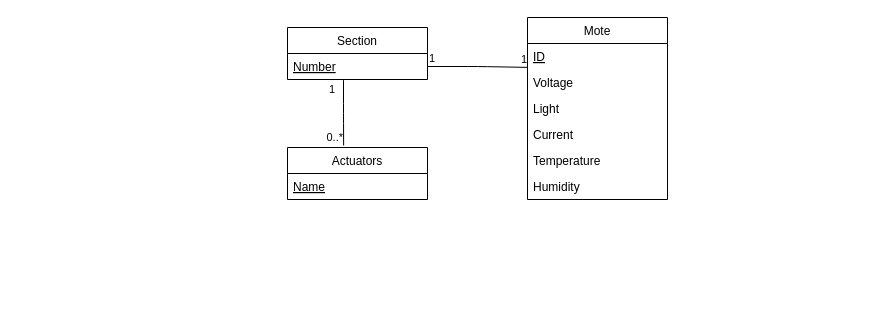
Earlier version of the draw.io diagram squematics/DB.drawio (Automation-yatata/Industry4.0-PizzaPlace). Source tidied: cells renumbered, new cells numbered last; positions are measured from the earlier drawing's top-left corner, leaving out a move shared by most shapes. Both pictures are drawn from the tidied source at 100%, with x=0, y=0 at pixel (287, 17).
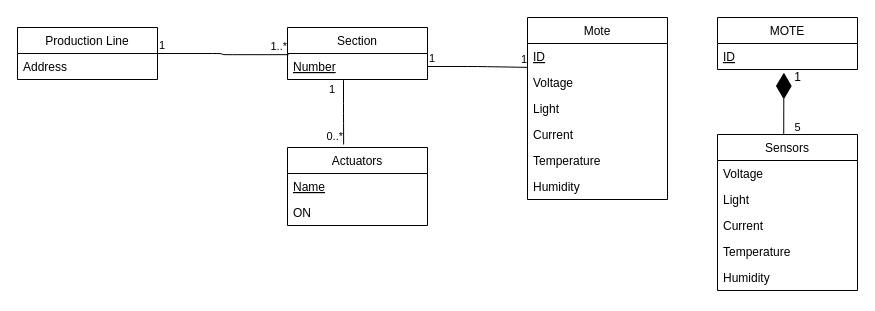
The same diagram, later.

The change refers to these unchanged cells:
```xml
<mxCell id="3" value="Number" style="text;strokeColor=none;fillColor=none;align=left;verticalAlign=top;spacingLeft=4;spacingRight=4;overflow=hidden;points=[[0,0.5],[1,0.5]];portConstraint=eastwest;fontStyle=4;" parent="2" vertex="1">
  <mxGeometry y="26" width="140" height="26" as="geometry" />
</mxCell>
```

Diff of the diagram source:
```diff
@@
     <mxCell id="14" value="Actuators" style="swimlane;fontStyle=0;horizontal=1;startSize=26;fillColor=none;" parent="1" vertex="1">
-      <mxGeometry y="130" width="140" height="52" as="geometry" />
+      <mxGeometry y="130" width="140" height="78" as="geometry" />
     </mxCell>
@@
+    <mxCell id="19" value="ON" style="text;strokeColor=none;fillColor=none;align=left;verticalAlign=top;spacingLeft=4;spacingRight=4;overflow=hidden;" parent="14" vertex="1">
+      <mxGeometry y="52" width="140" height="26" as="geometry" />
+    </mxCell>
@@
+    <mxCell id="20" value="MOTE" style="swimlane;fontStyle=0;horizontal=1;startSize=26;fillColor=none;" parent="1" vertex="1">
+      <mxGeometry x="430" width="140" height="52" as="geometry" />
+    </mxCell>
+    <mxCell id="21" value="ID" style="text;strokeColor=none;fillColor=none;align=left;verticalAlign=top;spacingLeft=4;spacingRight=4;overflow=hidden;points=[[0,0.5],[1,0.5]];portConstraint=eastwest;fontStyle=4;" parent="20" vertex="1">
+      <mxGeometry y="26" width="140" height="26" as="geometry" />
+    </mxCell>
+    <mxCell id="22" value="5" style="endArrow=diamondThin;endFill=1;endSize=24;html=1;entryX=0.474;entryY=1.118;entryDx=0;entryDy=0;entryPerimeter=0;exitX=0.473;exitY=-0.004;exitDx=0;exitDy=0;exitPerimeter=0;" parent="1" edge="1" source="23" target="21">
+      <mxGeometry x="-0.79" y="-14" relative="1" as="geometry" />
+    </mxCell>
+    <mxCell id="23" value="Sensors" style="swimlane;fontStyle=0;horizontal=1;startSize=26;fillColor=none;" parent="1" vertex="1">
+      <mxGeometry x="430" y="117" width="140" height="156" as="geometry" />
+    </mxCell>
+    <mxCell id="24" value="Voltage" style="text;strokeColor=none;fillColor=none;align=left;verticalAlign=top;spacingLeft=4;spacingRight=4;overflow=hidden;" parent="23" vertex="1">
+      <mxGeometry y="26" width="140" height="26" as="geometry" />
+    </mxCell>
+    <mxCell id="25" value="Light" style="text;strokeColor=none;fillColor=none;align=left;verticalAlign=top;spacingLeft=4;spacingRight=4;overflow=hidden;" parent="23" vertex="1">
+      <mxGeometry y="52" width="140" height="26" as="geometry" />
+    </mxCell>
+    <mxCell id="26" value="Current" style="text;strokeColor=none;fillColor=none;align=left;verticalAlign=top;spacingLeft=4;spacingRight=4;overflow=hidden;" parent="23" vertex="1">
+      <mxGeometry y="78" width="140" height="26" as="geometry" />
+    </mxCell>
+    <mxCell id="27" value="Temperature" style="text;strokeColor=none;fillColor=none;align=left;verticalAlign=top;spacingLeft=4;spacingRight=4;overflow=hidden;" parent="23" vertex="1">
+      <mxGeometry y="104" width="140" height="26" as="geometry" />
+    </mxCell>
+    <mxCell id="28" value="Humidity" style="text;strokeColor=none;fillColor=none;align=left;verticalAlign=top;spacingLeft=4;spacingRight=4;overflow=hidden;" parent="23" vertex="1">
+      <mxGeometry y="130" width="140" height="26" as="geometry" />
+    </mxCell>
+    <mxCell id="29" value="1" style="text;html=1;align=center;verticalAlign=middle;strokeColor=none;" parent="1" vertex="1">
+      <mxGeometry x="500" y="50" width="20" height="20" as="geometry" />
+    </mxCell>
+    <mxCell id="30" value="Production Line" style="swimlane;fontStyle=0;horizontal=1;startSize=26;fillColor=none;" parent="1" vertex="1">
+      <mxGeometry x="-270" y="10" width="140" height="52" as="geometry" />
+    </mxCell>
+    <mxCell id="31" value="Address" style="text;strokeColor=none;fillColor=none;align=left;verticalAlign=top;spacingLeft=4;spacingRight=4;overflow=hidden;" parent="30" vertex="1">
+      <mxGeometry y="26" width="140" height="26" as="geometry" />
+    </mxCell>
+    <mxCell id="32" style="endArrow=none;html=1;edgeStyle=orthogonalEdgeStyle;exitX=1;exitY=0.5;exitDx=0;exitDy=0;entryX=0.008;entryY=0.045;entryDx=0;entryDy=0;entryPerimeter=0;" parent="1" edge="1" source="30" target="3">
+      <mxGeometry relative="1" as="geometry" />
+    </mxCell>
+    <mxCell id="33" value="1" style="edgeLabel;html=1;align=left;verticalAlign=bottom;" parent="32" vertex="1">
+      <mxGeometry x="-1" relative="1" as="geometry" />
+    </mxCell>
+    <mxCell id="34" value="1..*" style="edgeLabel;html=1;align=right;verticalAlign=bottom;" parent="32" vertex="1">
+      <mxGeometry x="1" relative="1" as="geometry">
+        <mxPoint x="-1" as="offset" />
+      </mxGeometry>
+    </mxCell>
```
